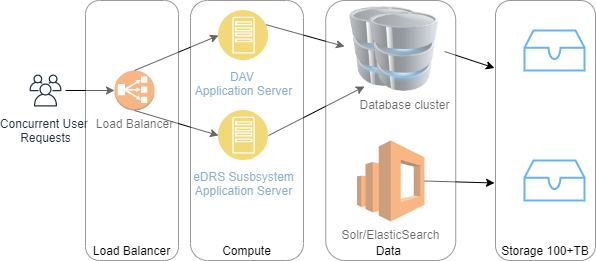
The draw.io diagram Untitled Diagram.png in yarafatin/app.diagrams, before a commit. Source tidied: cells renumbered, new cells last; positions are measured from the earlier drawing's top-left corner, leaving out a move shared by most shapes.
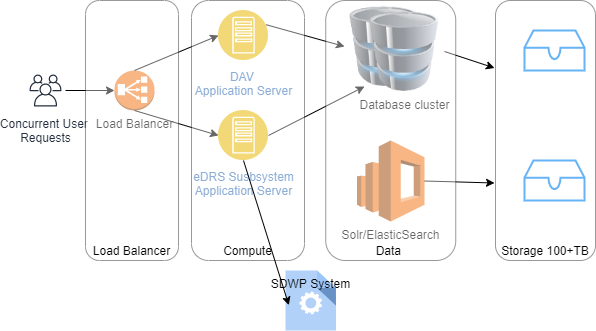
The same file after the commit.

What changed in the source:
```diff
@@ -58,7 +58,7 @@
       <mxGeometry x="300.2" width="130" height="260" as="geometry" />
     </mxCell>
     <mxCell id="19" value="Compute" style="rounded=1;whiteSpace=wrap;html=1;align=center;verticalAlign=bottom;opacity=40;" parent="1" vertex="1">
-      <mxGeometry x="165" width="113" height="260" as="geometry" />
+      <mxGeometry x="166" width="113" height="260" as="geometry" />
     </mxCell>
     <mxCell id="20" value="Load Balancer" style="rounded=1;whiteSpace=wrap;html=1;align=center;verticalAlign=bottom;opacity=40;" parent="1" vertex="1">
       <mxGeometry x="60" width="93" height="260" as="geometry" />
@@ -66,5 +66,11 @@
     <mxCell id="21" value="Storage 100+TB" style="rounded=1;whiteSpace=wrap;html=1;align=center;verticalAlign=bottom;opacity=40;" parent="1" vertex="1">
       <mxGeometry x="470" width="100" height="260" as="geometry" />
     </mxCell>
+    <mxCell id="22" value="SDWP System" style="html=1;strokeColor=none;shadow=0;align=center;verticalAlign=top;fillColor=#3B8DF1;shape=mxgraph.gcp2.process;opacity=40;" parent="1" vertex="1">
+      <mxGeometry x="260" y="270" width="50.4" height="60" as="geometry" />
+    </mxCell>
+    <mxCell id="23" style="endArrow=classic;html=1;exitX=0.5;exitY=1;exitDx=0;exitDy=0;entryX=0.066;entryY=0.578;entryDx=0;entryDy=0;entryPerimeter=0;" parent="1" edge="1" source="4" target="22">
+      <mxGeometry relative="1" as="geometry" />
+    </mxCell>
   </root>
 </mxGraphModel>
```
